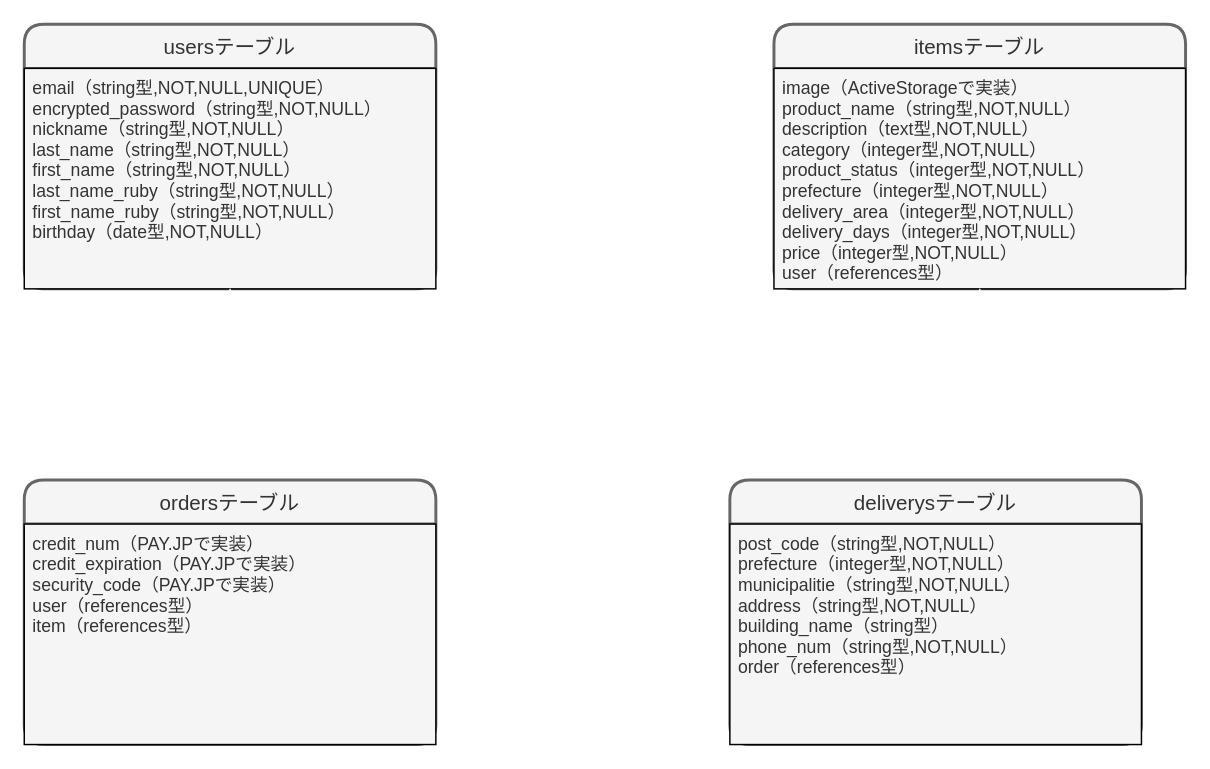
Earlier version of the draw.io diagram furima.dio (hiroki1121/furima-35412). Source tidied: cells renumbered, new cells numbered last; positions are measured from the earlier drawing's top-left corner, leaving out a move shared by most shapes. Both pictures are drawn from the tidied source at 147%, with x=0, y=0 at pixel (24, 24).
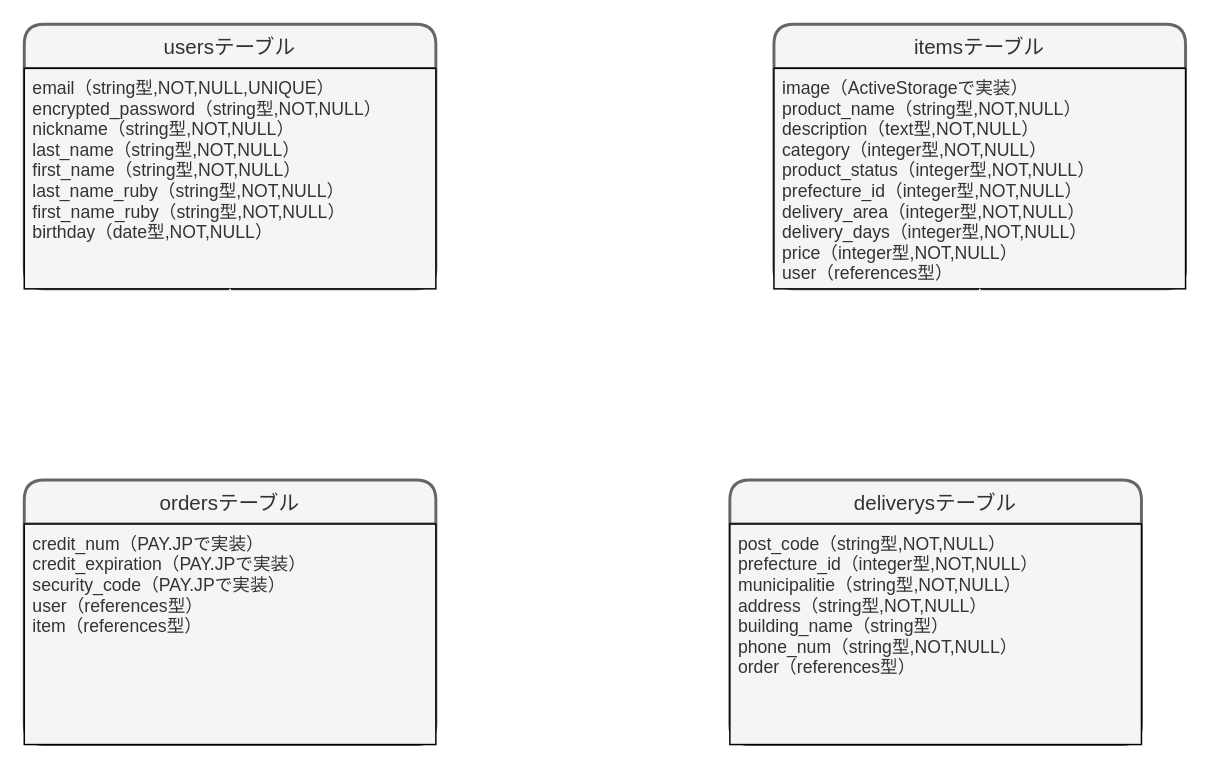
The same diagram, later.

Commit message (it also covers changes not shown here):
カラム名修正(ActiveHash)

Change to the diagram source:
```diff
@@
 <mxGraphModel>
   <root>
     <mxCell id="0" />
     <mxCell id="1" parent="0" />
     <mxCell id="2" style="edgeStyle=orthogonalEdgeStyle;rounded=0;jettySize=auto;html=1;entryX=0;entryY=0.4;entryDx=0;entryDy=0;entryPerimeter=0;startArrow=ERone;startFill=0;startSize=15;endArrow=ERmany;endFill=0;endSize=15;targetPerimeterSpacing=0;strokeColor=#FFFFFF;fontFamily=Helvetica;" parent="1" edge="1" source="3" target="6">
       <mxGeometry relative="1" as="geometry" />
     </mxCell>
     <mxCell id="3" value="usersテーブル" style="swimlane;horizontal=1;startSize=30;rounded=1;fontSize=14;fontStyle=0;strokeWidth=2;shadow=0;dashed=0;align=center;fillColor=#f5f5f5;strokeColor=#666666;fontColor=#333333;labelPosition=center;verticalLabelPosition=middle;verticalAlign=middle;" parent="1" vertex="1">
       <mxGeometry width="280" height="180" as="geometry" />
     </mxCell>
     <mxCell id="4" value="email（string型,NOT,NULL,UNIQUE）&#10;encrypted_password（string型,NOT,NULL）&#10;nickname（string型,NOT,NULL）&#10;last_name（string型,NOT,NULL）&#10;first_name（string型,NOT,NULL）&#10;last_name_ruby（string型,NOT,NULL）&#10;first_name_ruby（string型,NOT,NULL）&#10;birthday（date型,NOT,NULL）" style="align=left;fillColor=#f5f5f5;spacingLeft=4;fontSize=12;verticalAlign=top;fontColor=#333333;strokeColor=#000000;" parent="3" vertex="1">
       <mxGeometry y="30" width="280" height="150" as="geometry" />
     </mxCell>
     <mxCell id="5" value="itemsテーブル" style="swimlane;horizontal=1;startSize=30;rounded=1;fontSize=14;fontStyle=0;strokeWidth=2;shadow=0;dashed=0;align=center;fillColor=#f5f5f5;strokeColor=#666666;fontColor=#333333;" parent="1" vertex="1">
       <mxGeometry x="510" width="280" height="180" as="geometry" />
     </mxCell>
-    <mxCell id="6" value="image（ActiveStorageで実装）&#10;product_name（string型,NOT,NULL）&#10;description（text型,NOT,NULL）&#10;category（integer型,NOT,NULL）&#10;product_status（integer型,NOT,NULL）&#10;prefecture（integer型,NOT,NULL）&#10;delivery_area（integer型,NOT,NULL）&#10;delivery_days（integer型,NOT,NULL）&#10;price（integer型,NOT,NULL）&#10;user（references型）" style="align=left;fillColor=#f5f5f5;spacingLeft=4;fontSize=12;verticalAlign=top;fontColor=#333333;strokeColor=#000000;" parent="5" vertex="1">
+    <mxCell id="6" value="image（ActiveStorageで実装）&#10;product_name（string型,NOT,NULL）&#10;description（text型,NOT,NULL）&#10;category（integer型,NOT,NULL）&#10;product_status（integer型,NOT,NULL）&#10;prefecture_id（integer型,NOT,NULL）&#10;delivery_area（integer型,NOT,NULL）&#10;delivery_days（integer型,NOT,NULL）&#10;price（integer型,NOT,NULL）&#10;user（references型）" style="align=left;fillColor=#f5f5f5;spacingLeft=4;fontSize=12;verticalAlign=top;fontColor=#333333;strokeColor=#000000;" parent="5" vertex="1">
       <mxGeometry y="30" width="280" height="150" as="geometry" />
     </mxCell>
     <mxCell id="7" style="align=left;fillColor=#f5f5f5;spacingLeft=4;fontSize=12;verticalAlign=top;fontColor=#333333;strokeColor=#000000;" parent="5" vertex="1">
       <mxGeometry y="180" width="280" as="geometry" />
     </mxCell>
     <mxCell id="8" style="edgeStyle=orthogonalEdgeStyle;rounded=0;jettySize=auto;html=1;entryX=1;entryY=0.5;entryDx=0;entryDy=0;startArrow=ERone;startFill=0;startSize=15;endArrow=ERone;endFill=0;endSize=15;targetPerimeterSpacing=0;strokeColor=#FFFFFF;fontFamily=Helvetica;" parent="1" edge="1" source="9" target="14">
       <mxGeometry relative="1" as="geometry">
         <Array as="points">
           <mxPoint x="430" y="415" />
           <mxPoint x="430" y="415" />
         </Array>
       </mxGeometry>
     </mxCell>
     <mxCell id="9" value="deliverysテーブル" style="swimlane;horizontal=1;startSize=30;rounded=1;fontSize=14;fontStyle=0;strokeWidth=2;shadow=0;dashed=0;align=center;fillColor=#f5f5f5;strokeColor=#666666;fontColor=#333333;" parent="1" vertex="1">
       <mxGeometry x="480" y="310" width="280" height="180" as="geometry" />
     </mxCell>
-    <mxCell id="10" value="post_code（string型,NOT,NULL）&#10;prefecture（integer型,NOT,NULL）&#10;municipalitie（string型,NOT,NULL）&#10;address（string型,NOT,NULL）&#10;building_name（string型）&#10;phone_num（string型,NOT,NULL）&#10;order（references型）" style="align=left;fillColor=#f5f5f5;spacingLeft=4;fontSize=12;verticalAlign=top;fontColor=#333333;strokeColor=#000000;" parent="9" vertex="1">
+    <mxCell id="10" value="post_code（string型,NOT,NULL）&#10;prefecture_id（integer型,NOT,NULL）&#10;municipalitie（string型,NOT,NULL）&#10;address（string型,NOT,NULL）&#10;building_name（string型）&#10;phone_num（string型,NOT,NULL）&#10;order（references型）" style="align=left;fillColor=#f5f5f5;spacingLeft=4;fontSize=12;verticalAlign=top;fontColor=#333333;strokeColor=#000000;" parent="9" vertex="1">
       <mxGeometry y="30" width="280" height="150" as="geometry" />
     </mxCell>
     <mxCell id="11" style="edgeStyle=orthogonalEdgeStyle;rounded=0;jettySize=auto;html=1;exitX=0.5;exitY=0;exitDx=0;exitDy=0;entryX=0.5;entryY=1;entryDx=0;entryDy=0;startArrow=ERmany;startFill=0;startSize=15;endArrow=ERone;endFill=0;endSize=15;targetPerimeterSpacing=0;strokeColor=#FFFFFF;fontFamily=Helvetica;" parent="1" edge="1" source="13" target="4">
       <mxGeometry relative="1" as="geometry" />
     </mxCell>
     <mxCell id="12" style="edgeStyle=orthogonalEdgeStyle;rounded=0;jettySize=auto;html=1;startArrow=ERone;startFill=0;startSize=15;endArrow=ERone;endFill=0;endSize=15;targetPerimeterSpacing=0;strokeColor=#FFFFFF;fontFamily=Helvetica;" parent="1" edge="1" source="13" target="6">
       <mxGeometry relative="1" as="geometry">
         <Array as="points">
           <mxPoint x="190" y="250" />
           <mxPoint x="650" y="250" />
         </Array>
       </mxGeometry>
     </mxCell>
     <mxCell id="13" value="ordersテーブル" style="swimlane;horizontal=1;startSize=30;rounded=1;fontSize=14;fontStyle=0;strokeWidth=2;shadow=0;dashed=0;align=center;fillColor=#f5f5f5;strokeColor=#666666;fontColor=#333333;" parent="1" vertex="1">
       <mxGeometry y="310" width="280" height="180" as="geometry" />
     </mxCell>
     <mxCell id="14" value="credit_num（PAY.JPで実装）&#10;credit_expiration（PAY.JPで実装）&#10;security_code（PAY.JPで実装）&#10;user（references型）&#10;item（references型）" style="align=left;fillColor=#f5f5f5;spacingLeft=4;fontSize=12;verticalAlign=top;fontColor=#333333;strokeColor=#000000;" parent="13" vertex="1">
       <mxGeometry y="30" width="280" height="150" as="geometry" />
     </mxCell>
   </root>
 </mxGraphModel>
```
